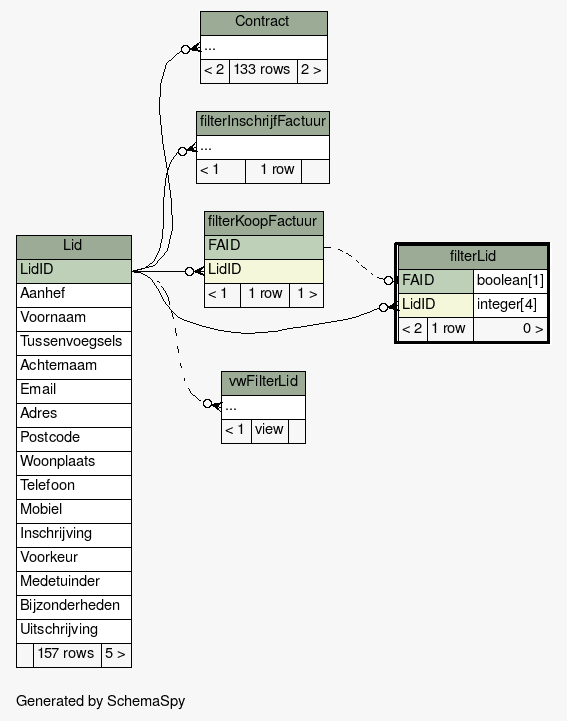
This is db-schema-docs/diagrams/filterLid.implied2degrees.png from slspeek/ona-volkstuin, a Graphviz export, as it was before one commit. Its source is kept beside it as db-schema-docs/diagrams/filterLid.implied2degrees.dot.
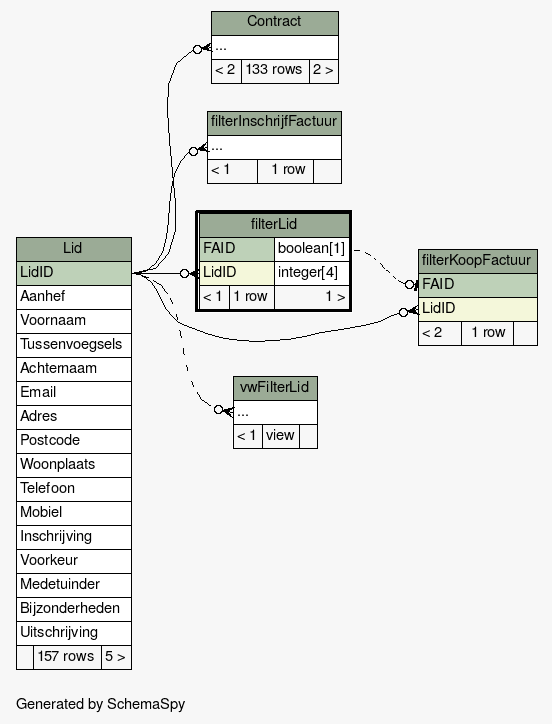
The same file after the commit.

What changed in the source:
```diff
@@ -19,8 +19,8 @@
   ];
   "Contract":"elipses":w -> "Lid":"LidID":e [arrowhead=none dir=back arrowtail=crowodot];
   "filterInschrijfFactuur":"elipses":w -> "Lid":"LidID":e [arrowhead=none dir=back arrowtail=crowodot];
+  "filterKoopFactuur":"FAID":w -> "filterLid":"FAID.type":e [arrowhead=none dir=back arrowtail=teeodot style=dashed];
   "filterKoopFactuur":"LidID":w -> "Lid":"LidID":e [arrowhead=none dir=back arrowtail=crowodot];
-  "filterLid":"FAID":w -> "filterKoopFactuur":"FAID":e [arrowhead=none dir=back arrowtail=teeodot style=dashed];
   "filterLid":"LidID":w -> "Lid":"LidID":e [arrowhead=none dir=back arrowtail=crowodot];
   "vwFilterLid":"elipses":w -> "Lid":"LidID":e [arrowhead=none dir=back arrowtail=crowodot style=dashed];
   "Contract" [
@@ -49,7 +49,7 @@
       <TR><TD COLSPAN="3" BGCOLOR="#9bab96" ALIGN="CENTER">filterKoopFactuur</TD></TR>
       <TR><TD PORT="FAID" COLSPAN="3" BGCOLOR="#bed1b8" ALIGN="LEFT">FAID</TD></TR>
       <TR><TD PORT="LidID" COLSPAN="3" BGCOLOR="#f4f7da" ALIGN="LEFT">LidID</TD></TR>
-      <TR><TD ALIGN="LEFT" BGCOLOR="#f7f7f7">&lt; 1</TD><TD ALIGN="RIGHT" BGCOLOR="#f7f7f7">1 row</TD><TD ALIGN="RIGHT" BGCOLOR="#f7f7f7">1 &gt;</TD></TR>
+      <TR><TD ALIGN="LEFT" BGCOLOR="#f7f7f7">&lt; 2</TD><TD ALIGN="RIGHT" BGCOLOR="#f7f7f7">1 row</TD><TD ALIGN="RIGHT" BGCOLOR="#f7f7f7">  </TD></TR>
     </TABLE>>
     URL="filterKoopFactuur.html"
     tooltip="filterKoopFactuur"
@@ -60,7 +60,7 @@
       <TR><TD COLSPAN="3" BGCOLOR="#9bab96" ALIGN="CENTER">filterLid</TD></TR>
       <TR><TD PORT="FAID" COLSPAN="2" BGCOLOR="#bed1b8" ALIGN="LEFT">FAID</TD><TD PORT="FAID.type" ALIGN="LEFT">boolean[1]</TD></TR>
       <TR><TD PORT="LidID" COLSPAN="2" BGCOLOR="#f4f7da" ALIGN="LEFT">LidID</TD><TD PORT="LidID.type" ALIGN="LEFT">integer[4]</TD></TR>
-      <TR><TD ALIGN="LEFT" BGCOLOR="#f7f7f7">&lt; 2</TD><TD ALIGN="RIGHT" BGCOLOR="#f7f7f7">1 row</TD><TD ALIGN="RIGHT" BGCOLOR="#f7f7f7">0 &gt;</TD></TR>
+      <TR><TD ALIGN="LEFT" BGCOLOR="#f7f7f7">&lt; 1</TD><TD ALIGN="RIGHT" BGCOLOR="#f7f7f7">1 row</TD><TD ALIGN="RIGHT" BGCOLOR="#f7f7f7">1 &gt;</TD></TR>
     </TABLE>>
     URL="filterLid.html"
     tooltip="filterLid"
```
